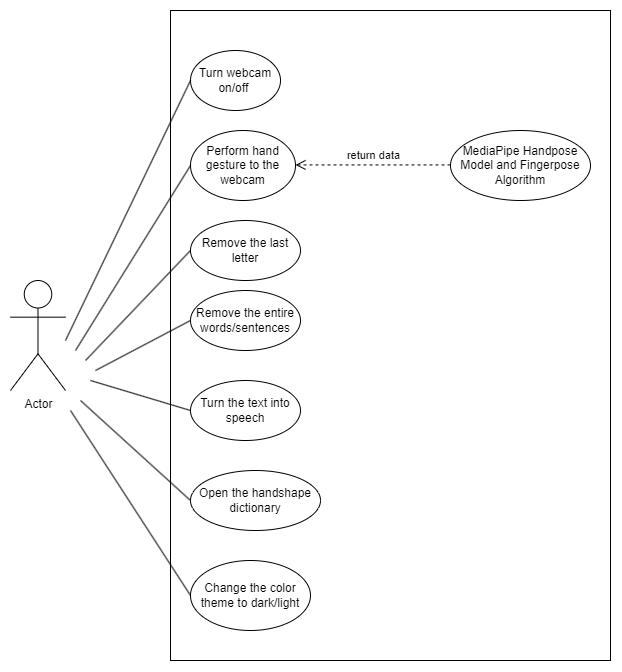
Above: use-case.drawio.png in chalvinwz/diagram (draw.io), before the change. Source tidied: cells renumbered, new cells last; positions are measured from the earlier drawing's top-left corner, leaving out a move shared by most shapes.
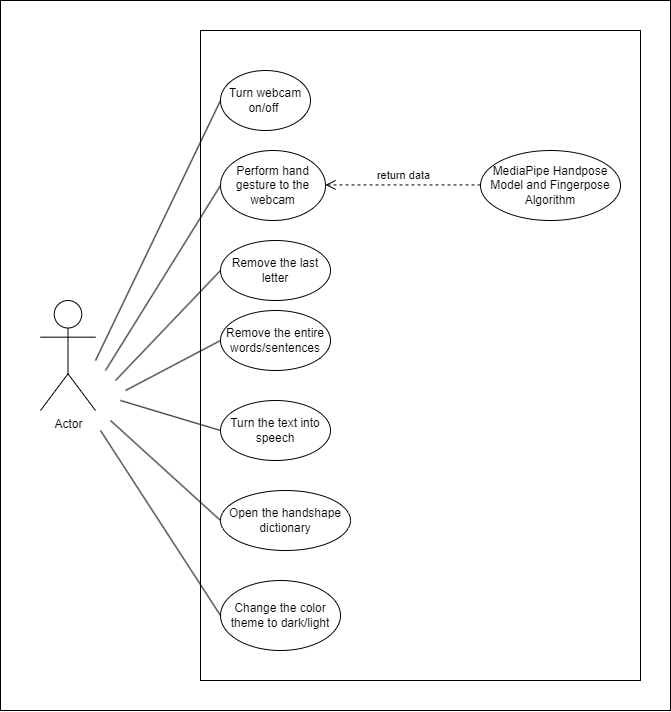
The same file after the commit.

What changed in the source:
```diff
@@ -2,6 +2,9 @@
   <root>
     <mxCell id="0" />
     <mxCell id="1" parent="0" />
+    <mxCell id="20" style="rounded=0;whiteSpace=wrap;html=1;" parent="1" vertex="1">
+      <mxGeometry x="-40" y="-30" width="670" height="710" as="geometry" />
+    </mxCell>
     <mxCell id="2" style="rounded=0;whiteSpace=wrap;html=1;" parent="1" vertex="1">
       <mxGeometry x="160" width="440" height="650" as="geometry" />
     </mxCell>
```
